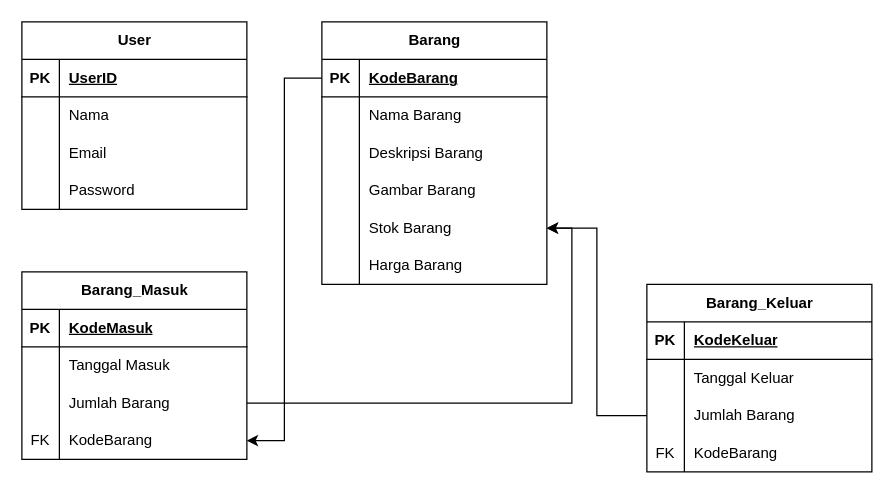
The draw.io diagram ERD - Eleanor.drawio in cukiprit/eleanor-project, before the edit. Source tidied: cells renumbered, new cells numbered last; positions are measured from the earlier drawing's top-left corner, leaving out a move shared by most shapes. Both pictures are drawn from the tidied source at 125%, with x=0, y=0 at pixel (21, 21).
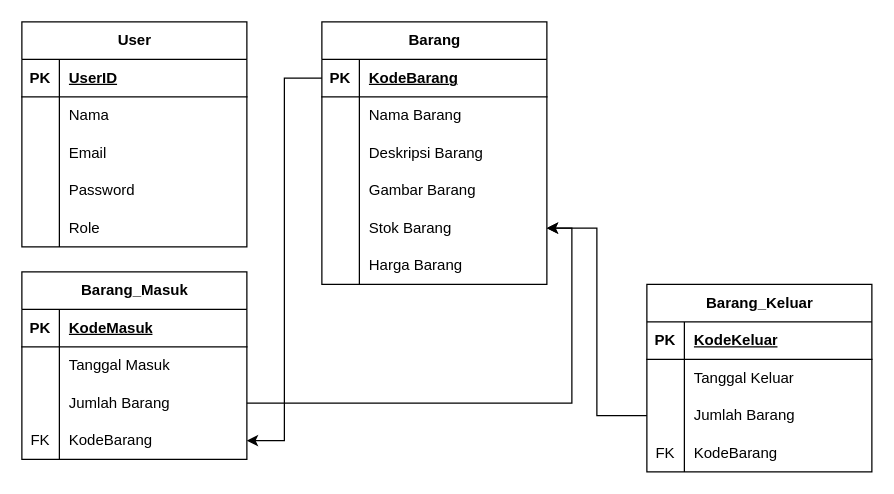
The same diagram, later.

What changed in the source:
```diff
@@
     <mxCell id="2" value="User" style="shape=table;startSize=30;childLayout=tableLayout;rowLines=0;fontStyle=1;align=center;html=1;" parent="1" vertex="1">
-      <mxGeometry width="180" height="150" as="geometry" />
+      <mxGeometry width="180" height="180" as="geometry" />
     </mxCell>
@@
+    <mxCell id="63" style="shape=tableRow;horizontal=0;startSize=0;swimlaneHead=0;swimlaneBody=0;fillColor=none;top=0;left=0;right=0;bottom=0;" parent="2" vertex="1">
+      <mxGeometry y="150" width="180" height="30" as="geometry" />
+    </mxCell>
+    <mxCell id="64" style="shape=partialRectangle;fillColor=none;top=0;left=0;bottom=0;right=0;overflow=hidden;whiteSpace=wrap;html=1;" parent="63" vertex="1">
+      <mxGeometry width="30" height="30" as="geometry" />
+    </mxCell>
+    <mxCell id="65" value="Role" style="shape=partialRectangle;fillColor=none;top=0;left=0;bottom=0;right=0;align=left;spacingLeft=6;overflow=hidden;whiteSpace=wrap;html=1;" parent="63" vertex="1">
+      <mxGeometry x="30" width="150" height="30" as="geometry" />
+    </mxCell>
```
